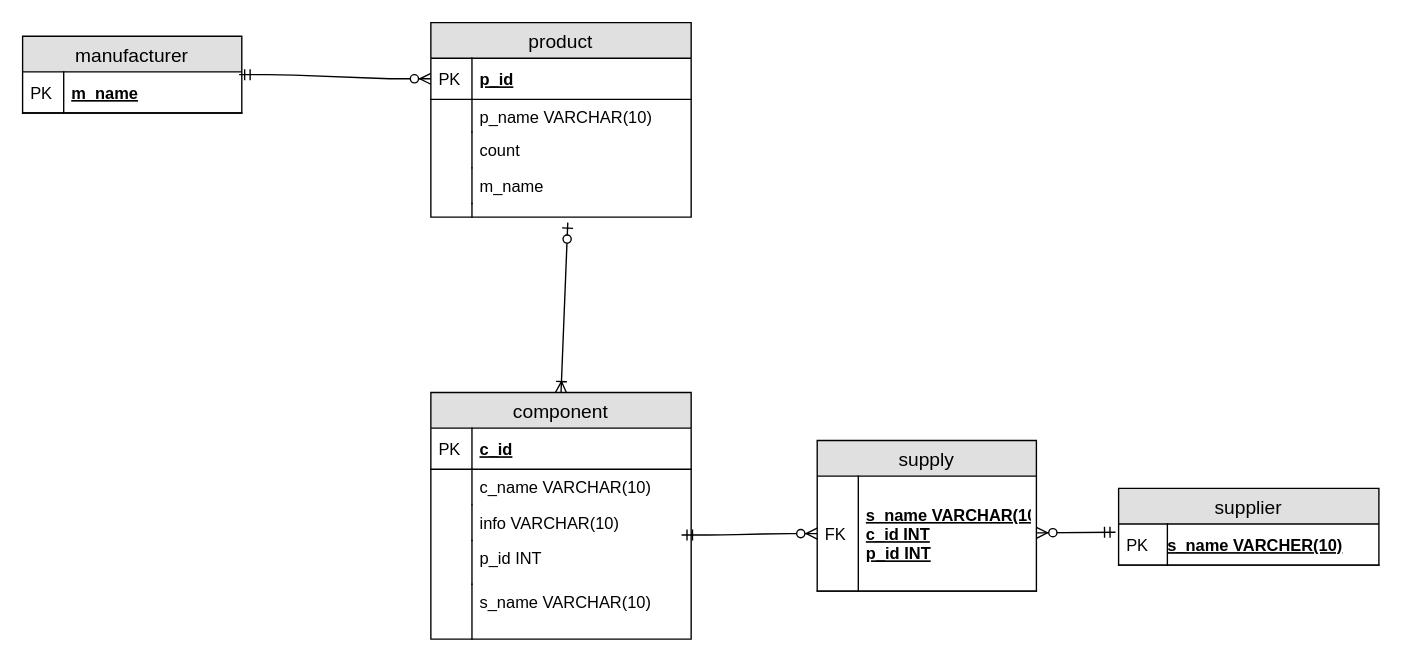
Earlier version of the draw.io diagram 1.drawio (ssd32033/Dteam). Source tidied: cells renumbered, new cells numbered last; positions are measured from the earlier drawing's top-left corner, leaving out a move shared by most shapes. Both pictures are drawn from the tidied source at 137%, with x=0, y=0 at pixel (22, 22).
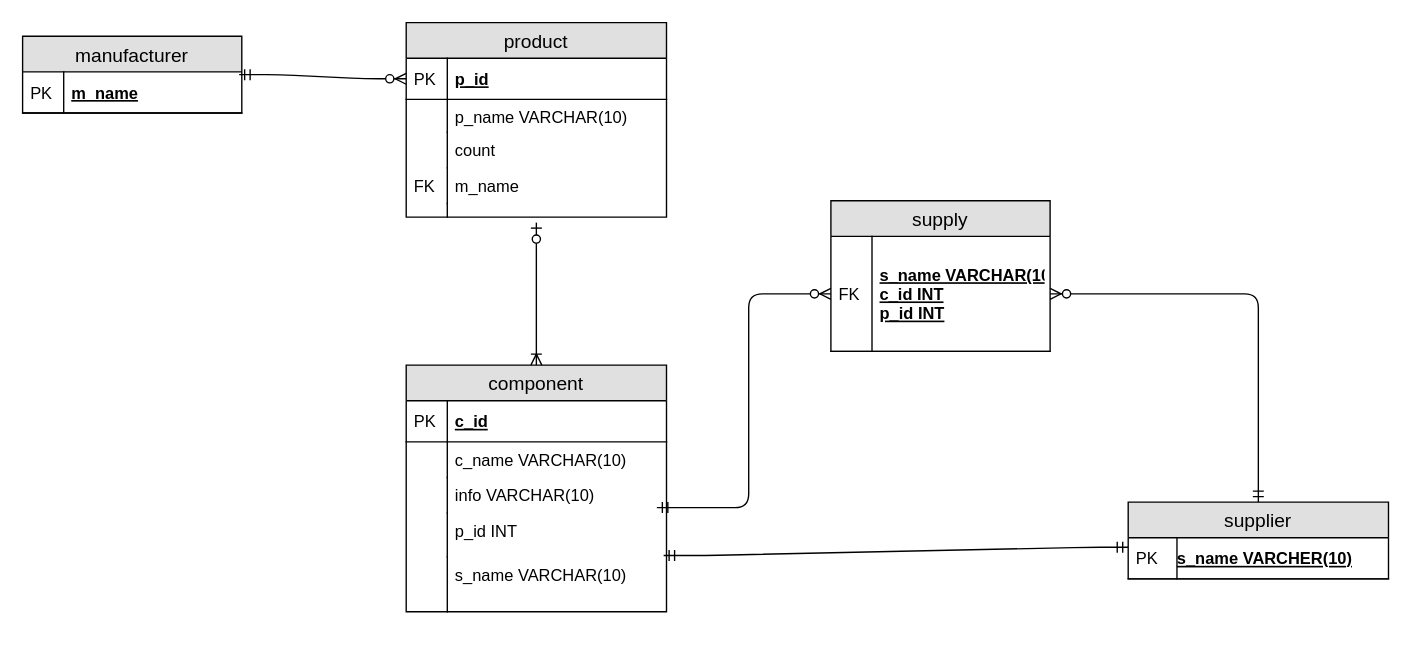
The same page after the edit.

Unchanged cells that the change refers to:
```xml
<mxCell id="12" value="m_name" style="shape=partialRectangle;top=0;left=0;right=0;bottom=0;align=left;verticalAlign=top;fillColor=none;spacingLeft=34;spacingRight=4;overflow=hidden;fontSize=12;" parent="5" vertex="1">
  <mxGeometry y="106" width="190" height="26" as="geometry" />
</mxCell>
<mxCell id="14" style="shape=partialRectangle;top=0;left=0;right=0;bottom=0;align=left;verticalAlign=top;fillColor=none;spacingLeft=34;spacingRight=4;overflow=hidden;points=[[0,0.5],[1,0.5]];portConstraint=eastwest;fontSize=12;" parent="5" vertex="1">
  <mxGeometry y="132" width="190" height="10" as="geometry" />
</mxCell>
<mxCell id="23" value="p_id INT " style="shape=partialRectangle;top=0;left=0;right=0;bottom=0;align=left;verticalAlign=top;fillColor=none;spacingLeft=34;spacingRight=4;overflow=hidden;points=[[0,0.5],[1,0.5]];portConstraint=eastwest;fontSize=12;" parent="16" vertex="1">
  <mxGeometry y="108" width="190" height="32" as="geometry" />
</mxCell>
<mxCell id="25" value="s_name VARCHAR(10)" style="shape=partialRectangle;top=0;left=0;right=0;bottom=0;align=left;verticalAlign=top;fillColor=none;spacingLeft=34;spacingRight=4;overflow=hidden;points=[[0,0.5],[1,0.5]];portConstraint=eastwest;fontSize=12;" parent="16" vertex="1">
  <mxGeometry y="140" width="190" height="40" as="geometry" />
</mxCell>
<mxCell id="28" value="s_name VARCHER(10)" style="shape=partialRectangle;top=0;left=0;right=0;bottom=1;align=left;verticalAlign=middle;fillColor=none;spacingLeft=34;spacingRight=4;overflow=hidden;points=[[0,0.5],[1,0.5]];portConstraint=eastwest;fontStyle=5;fontSize=12;" parent="27" vertex="1">
  <mxGeometry y="26" width="190" height="30" as="geometry" />
</mxCell>
<mxCell id="31" value="s_name VARCHAR(10)&#10;c_id INT&#10;p_id INT" style="shape=partialRectangle;top=0;left=0;right=0;bottom=1;align=left;verticalAlign=middle;fillColor=none;spacingLeft=34;spacingRight=4;overflow=hidden;points=[[0,0.5],[1,0.5]];portConstraint=eastwest;fontStyle=5;fontSize=12;" parent="30" vertex="1">
  <mxGeometry y="26" width="160" height="84" as="geometry" />
</mxCell>
```

What changed in the source:
```diff
@@
     <mxCell id="5" value="product" style="swimlane;fontStyle=0;horizontal=1;startSize=26;fillColor=#e0e0e0;swimlaneFillColor=#ffffff;align=center;fontSize=14;" parent="1" vertex="1">
-      <mxGeometry x="298" width="190" height="142" as="geometry" />
+      <mxGeometry x="280" width="190" height="142" as="geometry" />
     </mxCell>
@@
-    <mxCell id="13" style="shape=partialRectangle;top=0;left=0;bottom=0;fillColor=none;align=left;verticalAlign=top;spacingLeft=4;spacingRight=4;overflow=hidden;fontSize=12;" parent="12" vertex="1">
+    <mxCell id="13" value="FK" style="shape=partialRectangle;top=0;left=0;bottom=0;fillColor=none;align=left;verticalAlign=top;spacingLeft=4;spacingRight=4;overflow=hidden;fontSize=12;" parent="12" vertex="1">
       <mxGeometry width="30" height="26" as="geometry" />
     </mxCell>
@@
     <mxCell id="16" value="component" style="swimlane;fontStyle=0;horizontal=1;startSize=26;fillColor=#e0e0e0;swimlaneFillColor=#ffffff;align=center;fontSize=14;" parent="1" vertex="1">
-      <mxGeometry x="298" y="270" width="190" height="180" as="geometry" />
+      <mxGeometry x="280" y="250" width="190" height="180" as="geometry" />
     </mxCell>
@@
     <mxCell id="27" value="supplier" style="swimlane;fontStyle=0;horizontal=1;startSize=26;fillColor=#e0e0e0;swimlaneFillColor=#ffffff;align=center;fontSize=14;" parent="1" vertex="1">
-      <mxGeometry x="800" y="340" width="190" height="56" as="geometry" />
+      <mxGeometry x="807" y="350" width="190" height="56" as="geometry" />
     </mxCell>
@@
     <mxCell id="30" value="supply" style="swimlane;fontStyle=0;horizontal=1;startSize=26;fillColor=#e0e0e0;swimlaneFillColor=#ffffff;align=center;fontSize=14;" parent="1" vertex="1">
-      <mxGeometry x="580" y="305" width="160" height="110" as="geometry" />
+      <mxGeometry x="590" y="130" width="160" height="110" as="geometry" />
     </mxCell>
@@
-    <mxCell id="34" style="fontSize=12;html=1;endArrow=ERoneToMany;startArrow=ERzeroToOne;entryX=0.5;entryY=0;entryDx=0;entryDy=0;exitX=0.526;exitY=1.4;exitDx=0;exitDy=0;exitPerimeter=0;" parent="1" edge="1" source="14" target="16">
-      <mxGeometry relative="1" as="geometry" />
+    <mxCell id="34" style="fontSize=12;html=1;endArrow=ERoneToMany;startArrow=ERzeroToOne;entryX=0.5;entryY=0;entryDx=0;entryDy=0;" parent="1" edge="1" target="16">
+      <mxGeometry relative="1" as="geometry">
+        <mxPoint x="375" y="146" as="sourcePoint" />
+        <Array as="points">
+          <mxPoint x="375" y="180" />
+        </Array>
+      </mxGeometry>
     </mxCell>
-    <mxCell id="35" style="edgeStyle=entityRelationEdgeStyle;fontSize=12;html=1;endArrow=ERzeroToMany;startArrow=ERmandOne;entryX=0;entryY=0.5;entryDx=0;entryDy=0;exitX=0.963;exitY=-0.125;exitDx=0;exitDy=0;exitPerimeter=0;" parent="1" edge="1" source="23" target="31">
+    <mxCell id="35" style="edgeStyle=orthogonalEdgeStyle;fontSize=12;html=1;endArrow=ERzeroToMany;startArrow=ERmandOne;entryX=0;entryY=0.5;entryDx=0;entryDy=0;exitX=0.963;exitY=-0.125;exitDx=0;exitDy=0;exitPerimeter=0;" parent="1" edge="1" source="23" target="31">
       <mxGeometry relative="1" as="geometry" />
     </mxCell>
-    <mxCell id="36" style="fontSize=12;html=1;endArrow=ERzeroToMany;startArrow=ERmandOne;exitX=-0.012;exitY=0.2;exitDx=0;exitDy=0;exitPerimeter=0;" parent="1" edge="1" source="28" target="31">
+    <mxCell id="36" style="fontSize=12;html=1;endArrow=ERzeroToMany;startArrow=ERmandOne;exitX=0.5;exitY=0;exitDx=0;exitDy=0;edgeStyle=orthogonalEdgeStyle;" parent="1" edge="1" source="27" target="31">
       <mxGeometry relative="1" as="geometry" />
     </mxCell>
+    <mxCell id="37" style="edgeStyle=entityRelationEdgeStyle;fontSize=12;html=1;endArrow=ERmandOne;startArrow=ERmandOne;entryX=0;entryY=0.233;entryDx=0;entryDy=0;entryPerimeter=0;exitX=0.989;exitY=-0.025;exitDx=0;exitDy=0;exitPerimeter=0;" parent="1" edge="1" source="25" target="28">
+      <mxGeometry relative="1" as="geometry" />
+    </mxCell>
```
